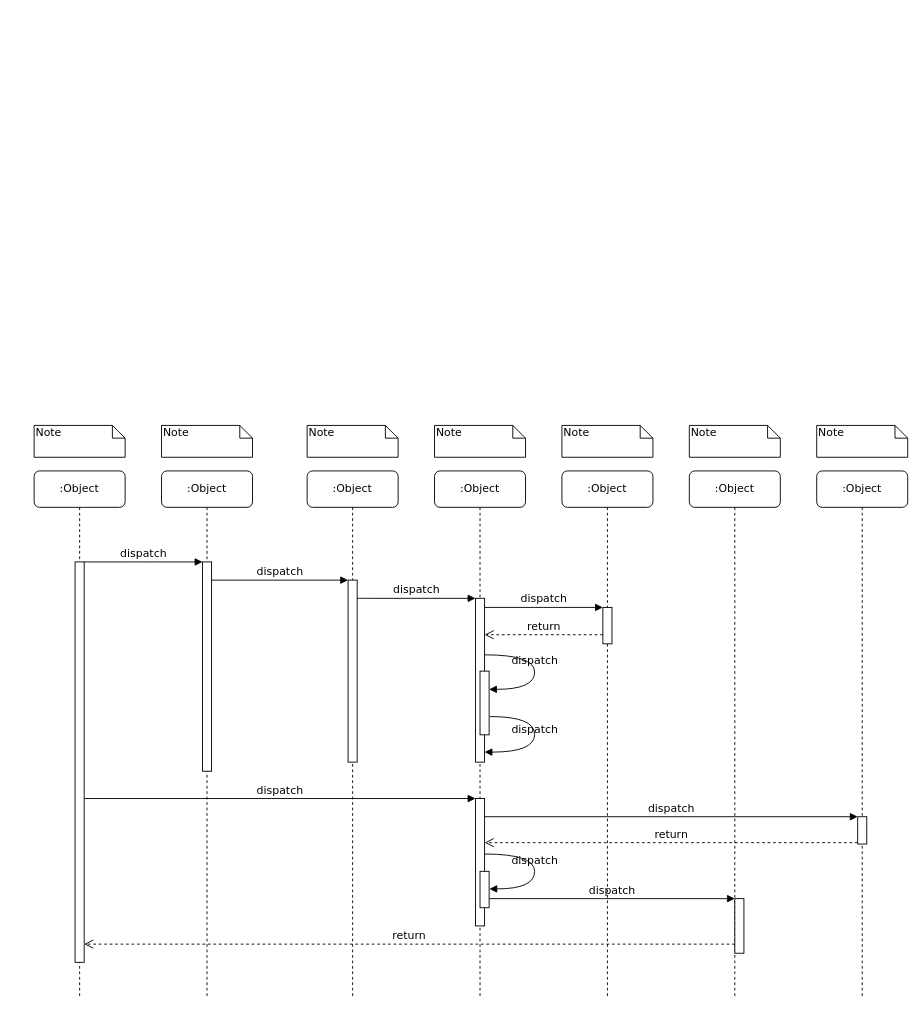
SairajLoke/SoftwareDiagrams keeps this draw.io diagram as _Seq1.drawio. Above is the earlier version. Source tidied: cells renumbered, new cells numbered last; positions are measured from the earlier drawing's top-left corner, leaving out a move shared by most shapes. Both pictures are drawn from the tidied source at 91%, with x=0, y=0 at pixel (34, 425).
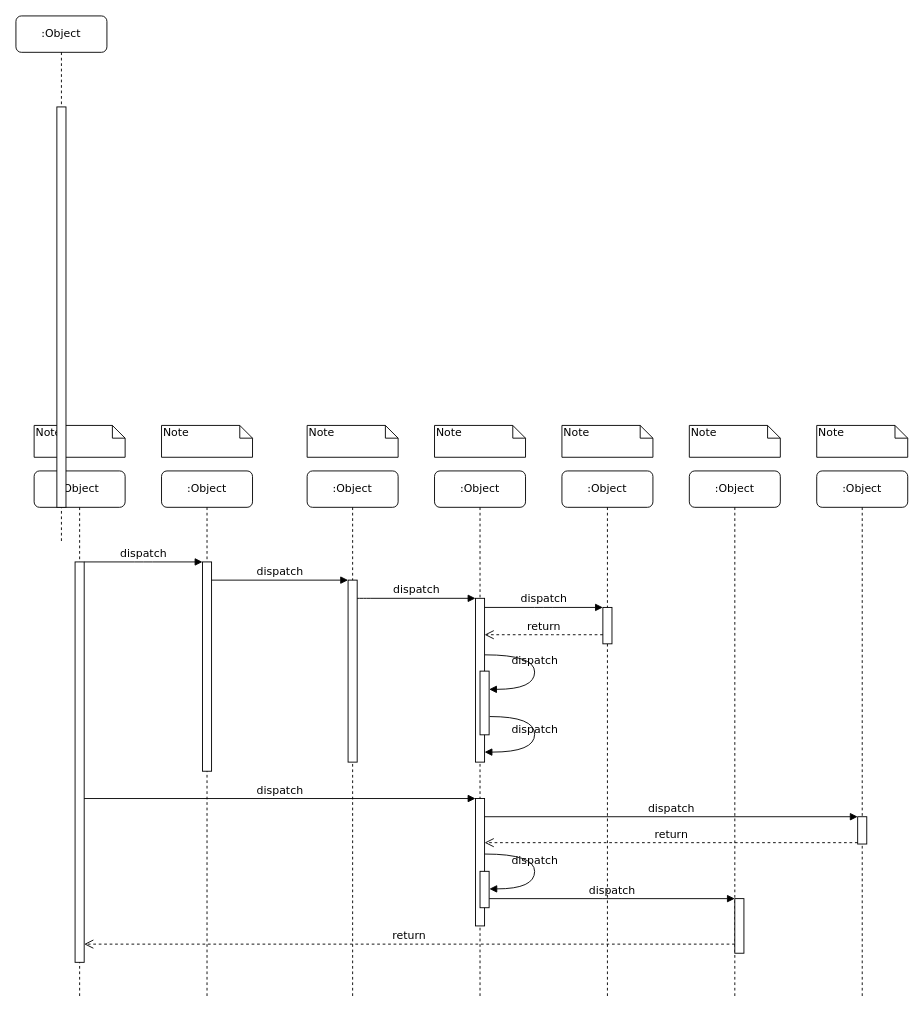
After the change.

What changed in the source:
```diff
@@
+    <mxCell id="39" value=":Object" style="shape=umlLifeline;perimeter=lifelinePerimeter;whiteSpace=wrap;html=1;rounded=1;shadow=0;comic=0;labelBackgroundColor=none;strokeWidth=1;fontFamily=Verdana;fontSize=12;align=center;" parent="1" vertex="1">
+      <mxGeometry x="-20" y="-450" width="100" height="580" as="geometry" />
+    </mxCell>
+    <mxCell id="40" style="html=1;perimeter=orthogonalPerimeter;rounded=0;shadow=0;comic=0;labelBackgroundColor=none;strokeWidth=1;fontFamily=Verdana;fontSize=12;align=center;" parent="39" vertex="1">
+      <mxGeometry x="45" y="100" width="10" height="440" as="geometry" />
+    </mxCell>
```
